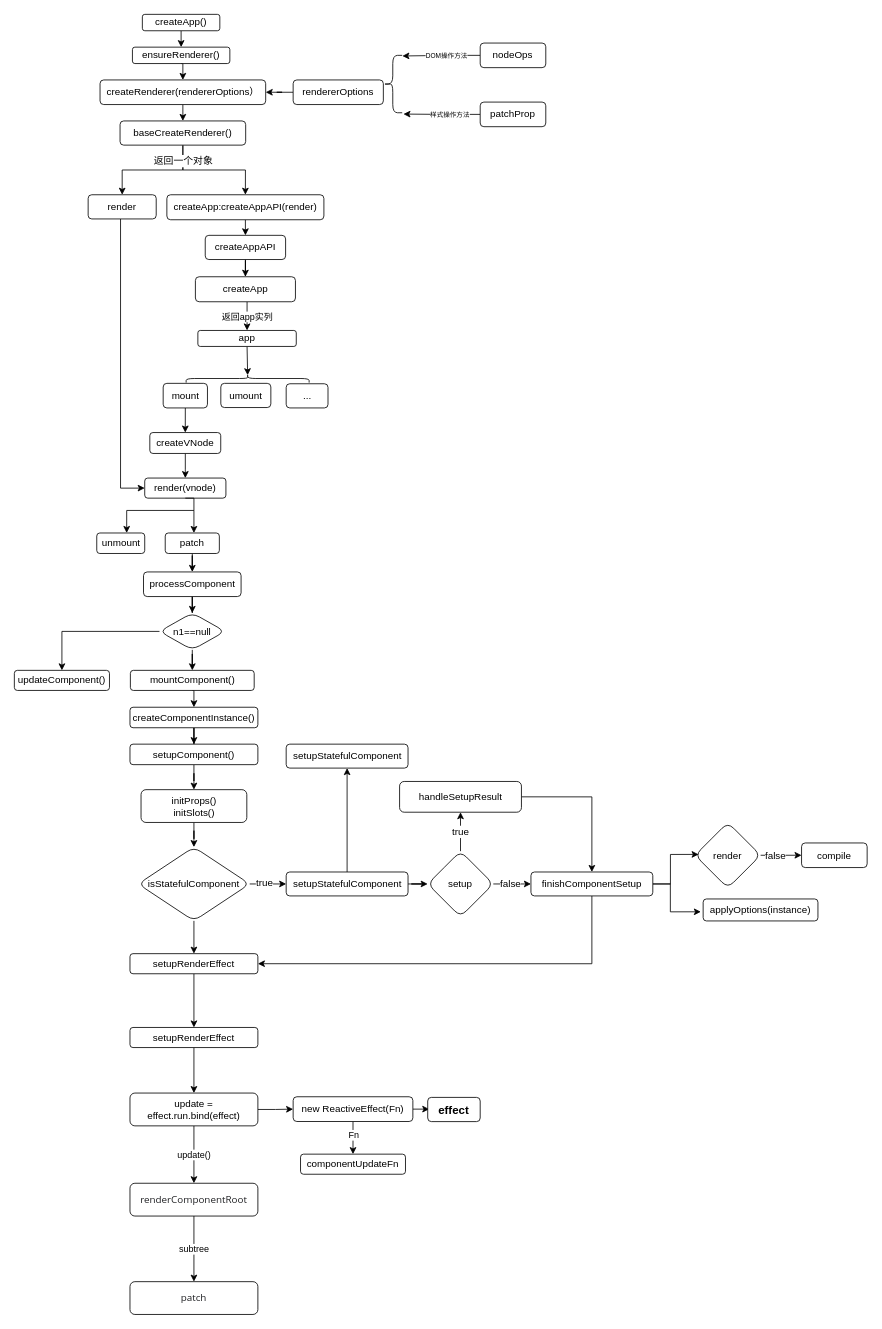
The draw.io diagram page "初始化" (1 of 4) of 2.drawio in 2889597857/study-vue-js, before the edit. Source tidied: cells renumbered, new cells numbered last; positions are measured from the earlier drawing's top-left corner, leaving out a move shared by most shapes. Both pictures are drawn from the tidied source at 82%, with x=0, y=0 at pixel (14, 14).
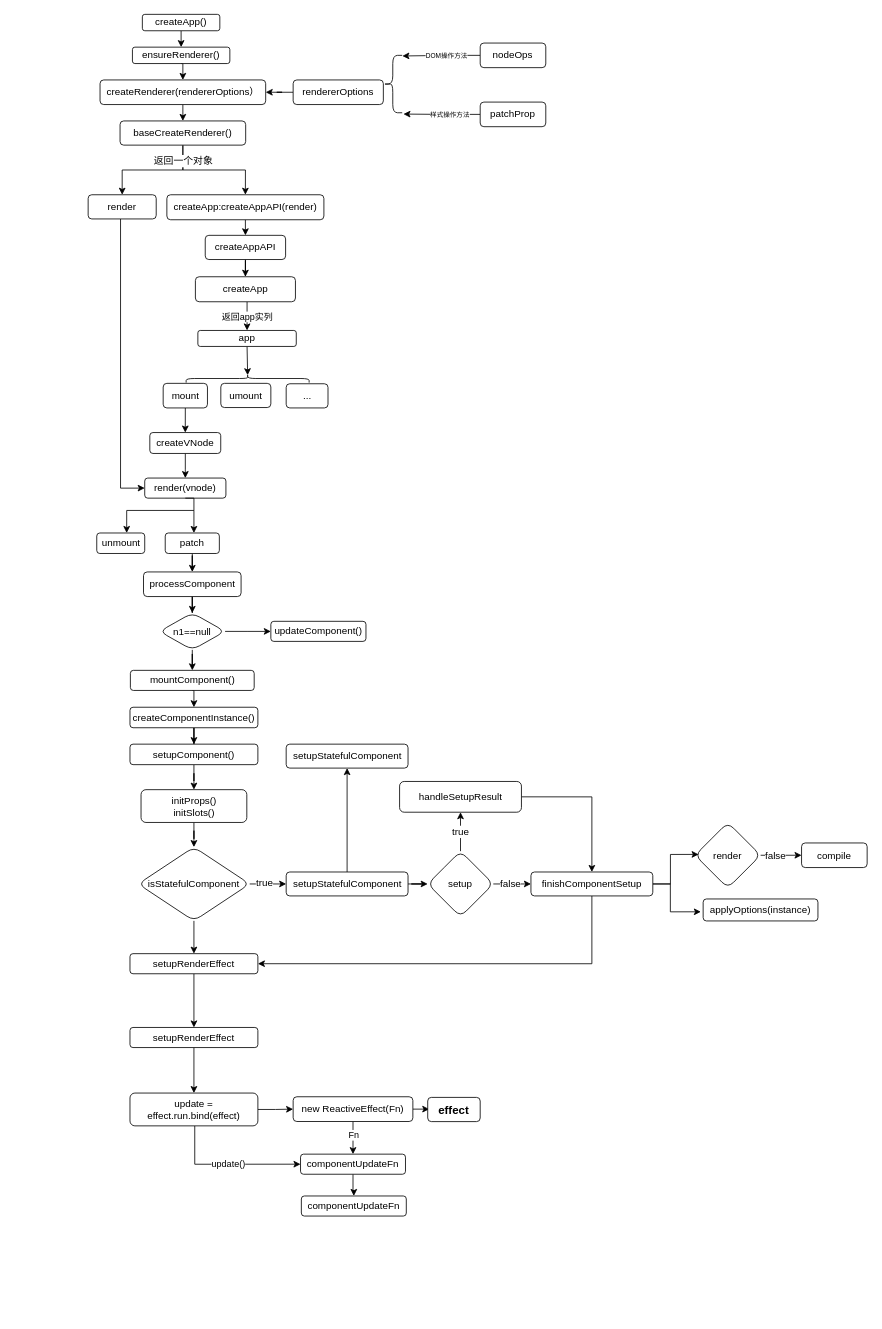
The same page after the edit.

Unchanged cells that the change refers to:
```xml
<mxCell id="43" value="update = effect.run.bind(effect)" style="rounded=1;whiteSpace=wrap;html=1;" parent="1" vertex="1">
  <mxGeometry x="141" y="1315.5" width="156" height="40" as="geometry" />
</mxCell>
<mxCell id="54" value="componentUpdateFn" style="whiteSpace=wrap;html=1;rounded=1;" parent="1" vertex="1">
  <mxGeometry x="349" y="1390" width="128" height="24.5" as="geometry" />
</mxCell>
<mxCell id="86" value="n1==null" style="rhombus;whiteSpace=wrap;html=1;rounded=1;" parent="1" vertex="1">
  <mxGeometry x="177" y="730" width="80" height="45" as="geometry" />
</mxCell>
```

Change to the diagram source:
```diff
@@
-    <mxCell id="41" value="update()" style="edgeStyle=orthogonalEdgeStyle;rounded=0;jettySize=auto;html=1;" parent="1" edge="1" source="43" target="49">
-      <mxGeometry relative="1" as="geometry" />
+    <mxCell id="41" value="update()" style="edgeStyle=orthogonalEdgeStyle;rounded=0;jettySize=auto;html=1;entryX=0;entryY=0.5;entryDx=0;entryDy=0;" parent="1" edge="1" source="43" target="54">
+      <mxGeometry relative="1" as="geometry">
+        <Array as="points">
+          <mxPoint x="220" y="1402" />
+        </Array>
+      </mxGeometry>
     </mxCell>
@@
-    <mxCell id="48" value="subtree&lt;br&gt;" style="edgeStyle=orthogonalEdgeStyle;rounded=0;jettySize=auto;html=1;" parent="1" edge="1" source="49" target="50">
-      <mxGeometry relative="1" as="geometry" />
-    </mxCell>
-    <mxCell id="49" value="&lt;span style=&quot;color: rgb(32 , 33 , 36) ; font-family: &amp;#34;segoe ui&amp;#34; , &amp;#34;tahoma&amp;#34; , sans-serif ; white-space: pre ; background-color: rgb(255 , 255 , 255)&quot;&gt;renderComponentRoot&lt;/span&gt;" style="rounded=1;whiteSpace=wrap;html=1;" parent="1" vertex="1">
-      <mxGeometry x="141" y="1425.5" width="156" height="40" as="geometry" />
-    </mxCell>
-    <mxCell id="50" value="&lt;span style=&quot;color: rgb(32 , 33 , 36) ; font-family: &amp;#34;segoe ui&amp;#34; , &amp;#34;tahoma&amp;#34; , sans-serif ; white-space: pre ; background-color: rgb(255 , 255 , 255)&quot;&gt;patch&lt;/span&gt;" style="rounded=1;whiteSpace=wrap;html=1;" parent="1" vertex="1">
-      <mxGeometry x="141" y="1545.5" width="156" height="40" as="geometry" />
-    </mxCell>
@@
     <mxCell id="53" value="updateComponent()" style="rounded=1;whiteSpace=wrap;html=1;" parent="1" vertex="1">
-      <mxGeometry y="800" width="116" height="24.5" as="geometry" />
+      <mxGeometry x="312.8" y="740.2" width="116" height="24.5" as="geometry" />
     </mxCell>
+    <mxCell id="97" style="edgeStyle=orthogonalEdgeStyle;rounded=0;jettySize=auto;html=1;" parent="1" edge="1" source="54" target="98">
+      <mxGeometry relative="1" as="geometry" />
+    </mxCell>
@@
-    <mxCell id="85" style="edgeStyle=orthogonalEdgeStyle;rounded=0;jettySize=auto;html=1;exitX=0;exitY=0.5;exitDx=0;exitDy=0;fontFamily=Helvetica;fontSize=12;fontColor=default;" parent="1" edge="1" source="86" target="53">
+    <mxCell id="85" style="edgeStyle=orthogonalEdgeStyle;rounded=0;jettySize=auto;html=1;exitX=1;exitY=0.5;exitDx=0;exitDy=0;fontFamily=Helvetica;fontSize=12;fontColor=default;" parent="1" edge="1" source="86" target="53">
       <mxGeometry relative="1" as="geometry" />
     </mxCell>
@@
+    <mxCell id="98" value="componentUpdateFn" style="whiteSpace=wrap;html=1;rounded=1;" parent="1" vertex="1">
+      <mxGeometry x="350" y="1441" width="128" height="24.5" as="geometry" />
+    </mxCell>
```
